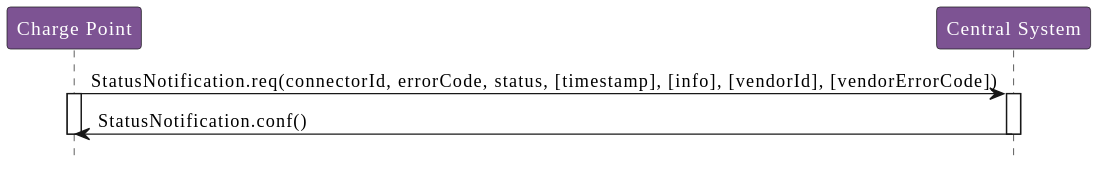
Earlier version of the PlantUML export OCPP_1.6/images/figure_20.svg (phoi5675/ocpp-markdown).
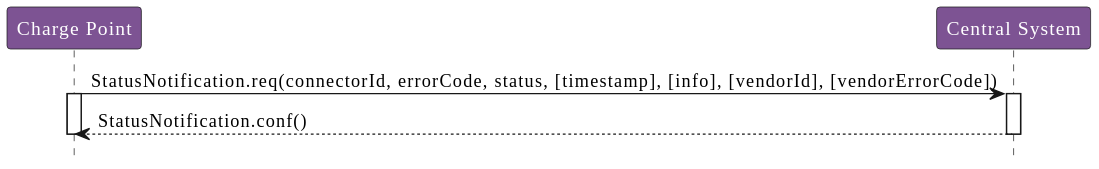
Later version of the same file.

What changed in the source:
```diff
@@ -5,12 +5,10 @@
 participant "Central System" as CentralSystem
 
 ChargePoint -> CentralSystem : StatusNotification.req(connectorId, errorCode, status, [timestamp], [info], [vendorId], [vendorErrorCode])
-
 activate ChargePoint
 activate CentralSystem
 
-CentralSystem -> ChargePoint : StatusNotification.conf()
-
+CentralSystem --> ChargePoint : StatusNotification.conf()
 deactivate CentralSystem
 deactivate ChargePoint
 @enduml
```
